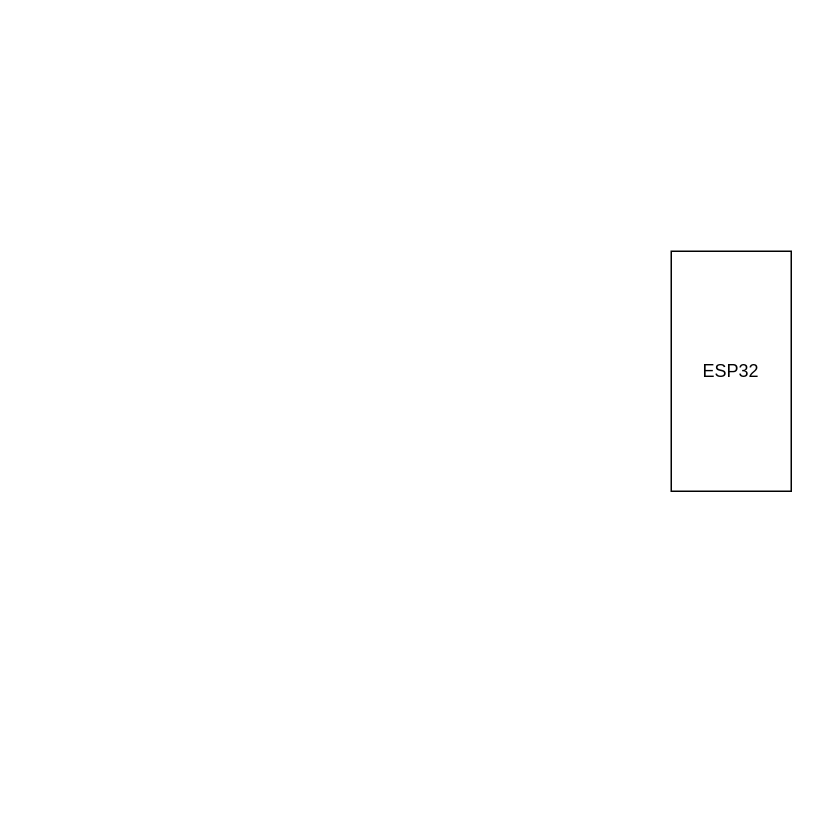
Above: 2.CircuitDiagram/layoutDesign.drawio in feix0033/EASV_C21_4thSemester_IoT_SmartyPants_SecurityEquipments (draw.io), before the change. Source tidied: cells renumbered, new cells numbered last; positions are measured from the earlier drawing's top-left corner, leaving out a move shared by most shapes. Both pictures are drawn from the tidied source at 150%, with x=0, y=0 at pixel (670, 250).
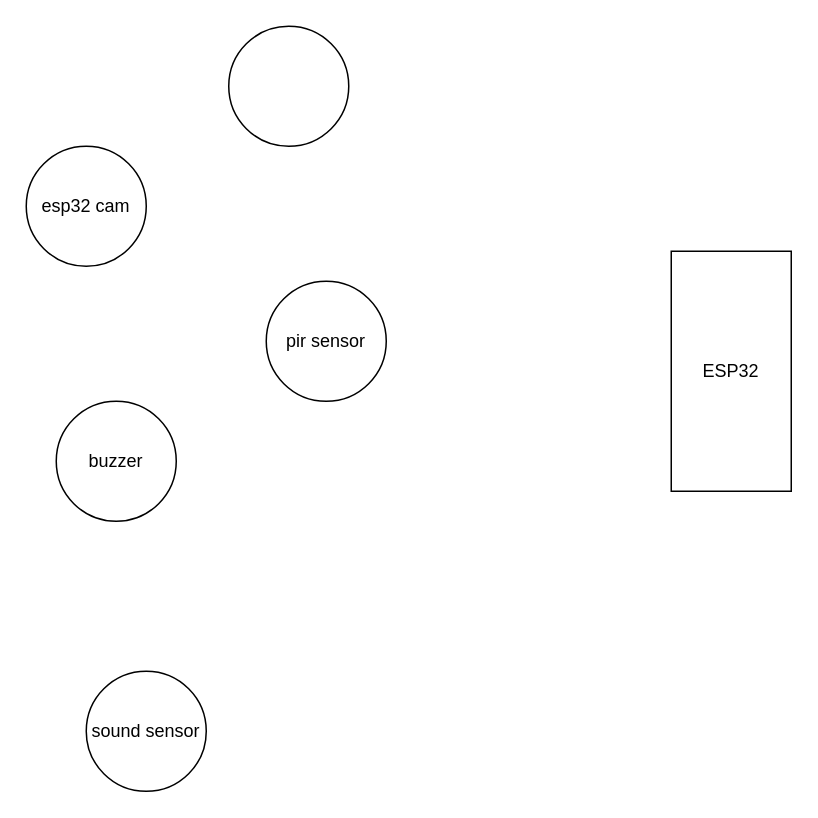
The same page after the edit.

Commit message (it also covers changes not shown here):
add pins info

What changed in the source:
```diff
@@
 <mxGraphModel>
   <root>
     <mxCell id="0" />
     <mxCell id="1" parent="0" />
     <mxCell id="2" value="ESP32" style="rounded=0;whiteSpace=wrap;html=1;" parent="1" vertex="1">
       <mxGeometry width="80" height="160" as="geometry" />
     </mxCell>
+    <mxCell id="3" value="esp32 cam" style="ellipse;whiteSpace=wrap;html=1;" parent="1" vertex="1">
+      <mxGeometry x="-430" y="-70" width="80" height="80" as="geometry" />
+    </mxCell>
+    <mxCell id="4" value="buzzer" style="ellipse;whiteSpace=wrap;html=1;" parent="1" vertex="1">
+      <mxGeometry x="-410" y="100" width="80" height="80" as="geometry" />
+    </mxCell>
+    <mxCell id="5" value="sound sensor" style="ellipse;whiteSpace=wrap;html=1;" parent="1" vertex="1">
+      <mxGeometry x="-390" y="280" width="80" height="80" as="geometry" />
+    </mxCell>
+    <mxCell id="6" value="pir sensor" style="ellipse;whiteSpace=wrap;html=1;" parent="1" vertex="1">
+      <mxGeometry x="-270" y="20" width="80" height="80" as="geometry" />
+    </mxCell>
+    <mxCell id="7" style="ellipse;whiteSpace=wrap;html=1;" parent="1" vertex="1">
+      <mxGeometry x="-295" y="-150" width="80" height="80" as="geometry" />
+    </mxCell>
   </root>
 </mxGraphModel>
```
